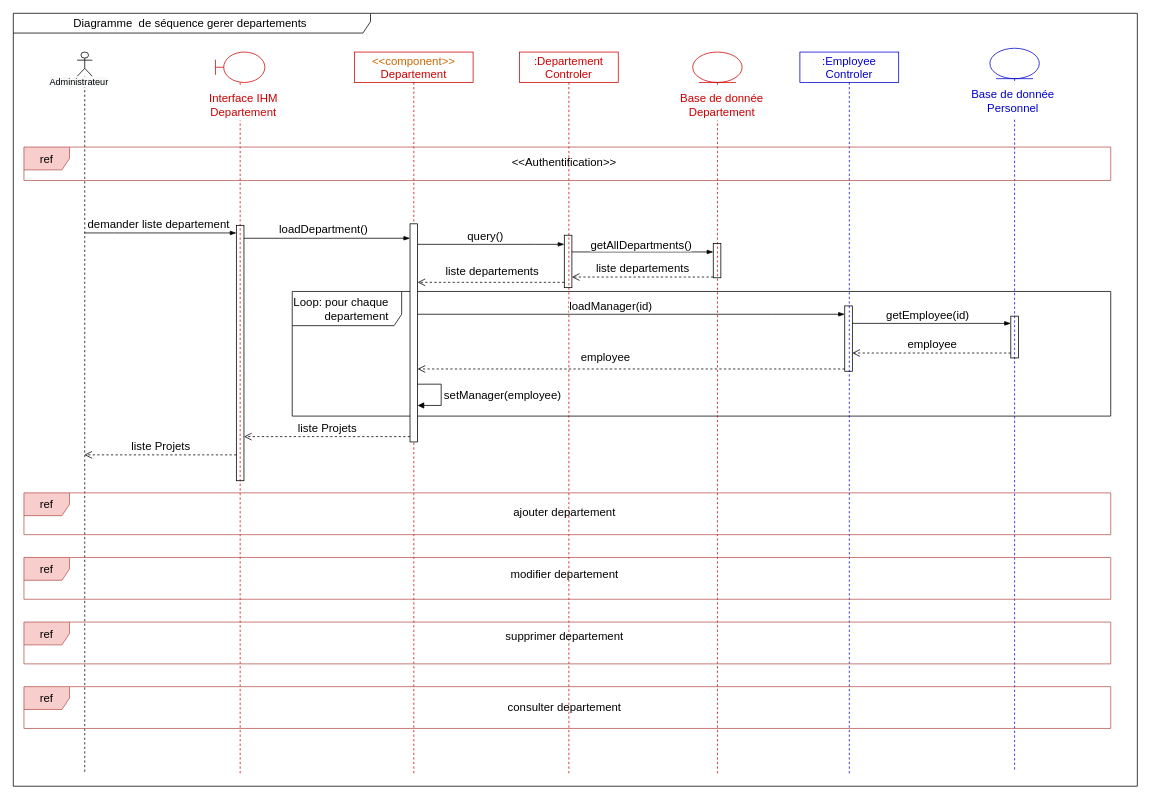
This is Department/DepartmentListDiagrammeSequence.drawio from ZidiMedAmine/UML, a draw.io file, before an edit. Source tidied: cells renumbered, new cells numbered last; positions are measured from the earlier drawing's top-left corner, leaving out a move shared by most shapes. Both pictures are drawn from the tidied source at 76%, with x=0, y=0 at pixel (13, 13).
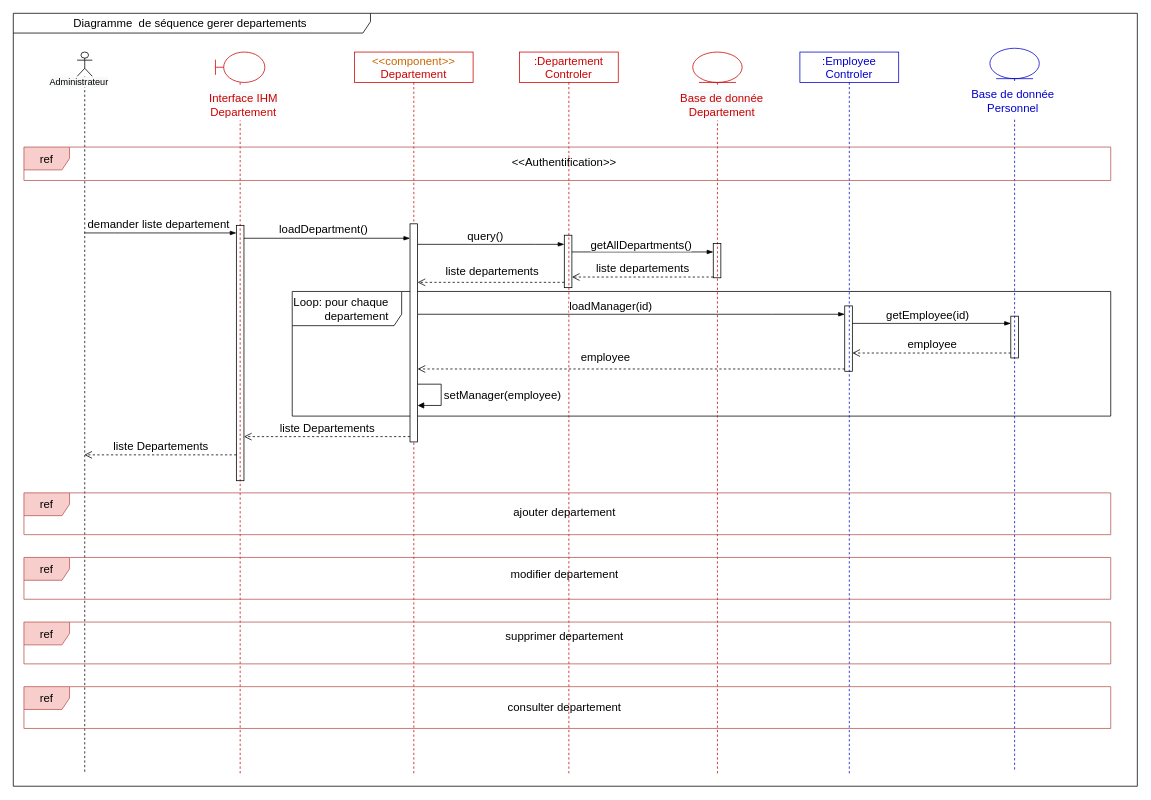
Above is the later version.

Commit message:
Mettre à jour DepartmentListDiagrammeSequence.drawio

Unchanged cells that the change refers to:
```xml
<mxCell id="6" style="shape=umlLifeline;participant=umlActor;perimeter=lifelinePerimeter;whiteSpace=wrap;html=1;verticalAlign=top;spacingTop=36;outlineConnect=0;fillColor=none;size=32;sketch=0;shadow=0;rounded=0;glass=0;" parent="1" vertex="1">
  <mxGeometry x="84" y="51" width="20" height="950" as="geometry" />
</mxCell>
<mxCell id="13" style="html=1;points=[];perimeter=orthogonalPerimeter;rounded=0;shadow=0;glass=0;sketch=0;fontSize=15;fillColor=none;" parent="11" vertex="1">
  <mxGeometry x="27.5" y="228" width="10" height="336" as="geometry" />
</mxCell>
<mxCell id="35" style="html=1;points=[];perimeter=orthogonalPerimeter;" parent="34" vertex="1">
  <mxGeometry x="73" y="226" width="10" height="287" as="geometry" />
</mxCell>
```

Change to the diagram source:
```diff
@@
-    <mxCell id="33" value="liste Projets" style="html=1;verticalAlign=bottom;endArrow=open;dashed=1;endSize=8;rounded=0;fontSize=15;" parent="1" edge="1" source="13" target="6">
+    <mxCell id="33" value="liste Departements" style="html=1;verticalAlign=bottom;endArrow=open;dashed=1;endSize=8;rounded=0;fontSize=15;" parent="1" edge="1" source="13" target="6">
       <mxGeometry relative="1" as="geometry">
         <Array as="points">
           <mxPoint x="179" y="581" />
         </Array>
       </mxGeometry>
     </mxCell>
@@
-    <mxCell id="39" value="&lt;span style=&quot;font-size: 15px;&quot;&gt;liste Projets&lt;/span&gt;" style="html=1;verticalAlign=bottom;endArrow=open;dashed=1;endSize=8;rounded=0;" parent="1" edge="1" source="35" target="13">
+    <mxCell id="39" value="&lt;span style=&quot;font-size: 15px;&quot;&gt;liste Departements&lt;/span&gt;" style="html=1;verticalAlign=bottom;endArrow=open;dashed=1;endSize=8;rounded=0;" parent="1" edge="1" source="35" target="13">
       <mxGeometry relative="1" as="geometry">
         <Array as="points">
           <mxPoint x="445" y="557" />
         </Array>
       </mxGeometry>
     </mxCell>
```
